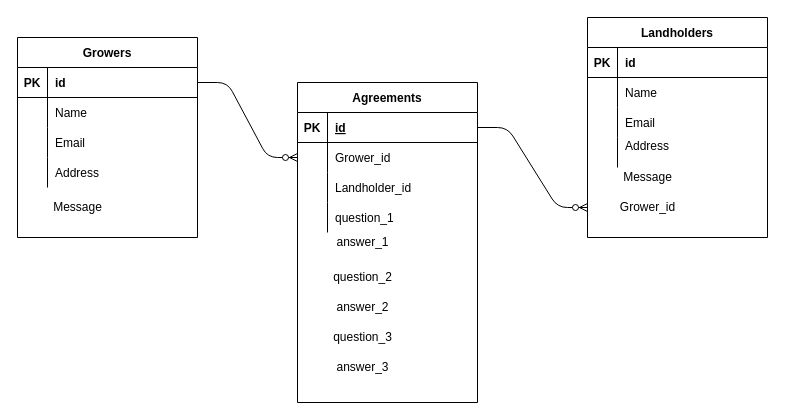
The draw.io diagram Untitled Diagram.drawio in Ramya-Geethika/Practice, before the edit. Source tidied: cells renumbered, new cells numbered last; positions are measured from the earlier drawing's top-left corner, leaving out a move shared by most shapes. Both pictures are drawn from the tidied source at 100%, with x=0, y=0 at pixel (17, 17).
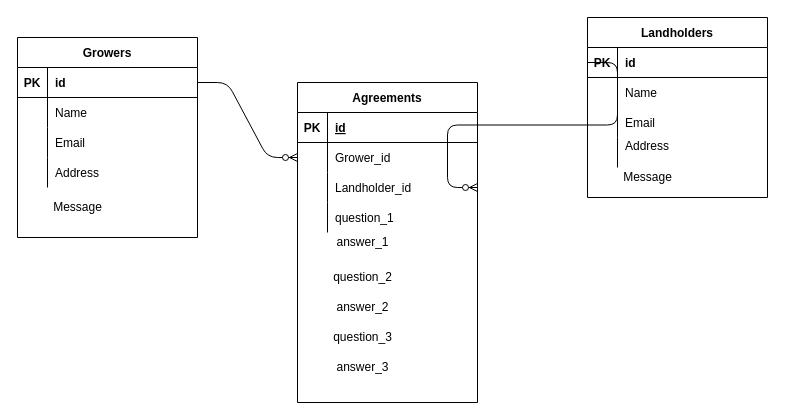
Above is the later version.

The change refers to these unchanged cells:
```xml
<mxCell id="6" style="shape=partialRectangle;fillColor=none;top=0;left=0;bottom=1;right=0;points=[[0,0.5],[1,0.5]];portConstraint=eastwest;" parent="5" vertex="1">
  <mxGeometry y="30" width="180" height="30" as="geometry" />
</mxCell>
<mxCell id="38" style="shape=partialRectangle;fillColor=none;top=0;left=0;bottom=1;right=0;points=[[0,0.5],[1,0.5]];portConstraint=eastwest;" parent="37" vertex="1">
  <mxGeometry y="30" width="180" height="30" as="geometry" />
</mxCell>
```

Diff of the diagram source:
```diff
@@
-    <mxCell id="4" value="Grower_id" style="text;html=1;align=center;verticalAlign=middle;" parent="1" vertex="1">
-      <mxGeometry x="595" y="180" width="70" height="20" as="geometry" />
-    </mxCell>
     <mxCell id="5" value="Landholders" style="shape=table;startSize=30;childLayout=tableLayout;rowLines=0;fontStyle=1;align=center;" parent="1" vertex="1">
-      <mxGeometry x="570" width="180" height="220" as="geometry" />
+      <mxGeometry x="570" width="180" height="180" as="geometry" />
     </mxCell>
@@
-    <mxCell id="50" style="edgeStyle=entityRelationEdgeStyle;fontSize=12;html=1;endArrow=ERzeroToMany;endFill=1;exitX=1;exitY=0.5;exitDx=0;exitDy=0;" parent="1" edge="1" source="38">
-      <mxGeometry relative="1" as="geometry">
-        <mxPoint x="570" y="190" as="targetPoint" />
-      </mxGeometry>
-    </mxCell>
+    <mxCell id="51" style="edgeStyle=entityRelationEdgeStyle;fontSize=12;html=1;endArrow=ERzeroToMany;endFill=1;exitX=0;exitY=0.5;exitDx=0;exitDy=0;" parent="1" edge="1" source="6">
+      <mxGeometry relative="1" as="geometry">
+        <mxPoint x="460" y="170" as="targetPoint" />
+      </mxGeometry>
+    </mxCell>
```
